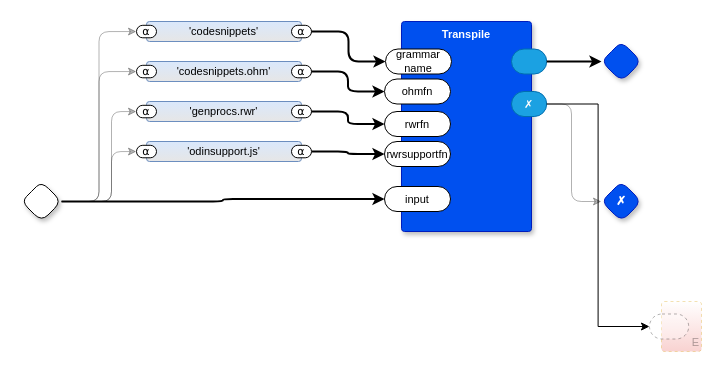
guitarvydas/gen0d keeps this draw.io diagram as page "Generate Procs" (7 of 21) of gen0d.drawio. Above is the earlier version. Source tidied: cells renumbered, new cells numbered last; positions are measured from the earlier drawing's top-left corner, leaving out a move shared by most shapes. Both pictures are drawn from the tidied source at 100%, with x=0, y=0 at pixel (21, 21).
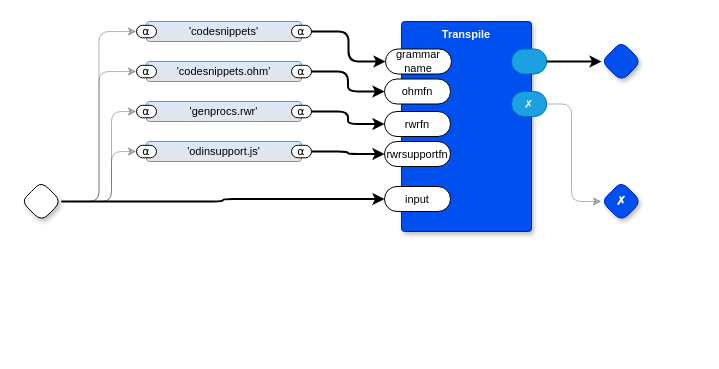
After the change.

The change refers to these unchanged cells:
```xml
<mxCell id="7" value="✗" style="rounded=1;whiteSpace=wrap;html=1;sketch=0;points=[[0,0.5,0,0,0],[1,0.5,0,0,0]];fillColor=#1ba1e2;fontColor=#ffffff;strokeColor=#006EAF;arcSize=50;fontFamily=Helvetica;fontSize=11;" parent="4" vertex="1">
  <mxGeometry x="110" y="70" width="35.2" height="25" as="geometry" />
</mxCell>
```

Diff of the diagram source:
```diff
@@
-    <mxCell id="36" value="E" style="rounded=1;whiteSpace=wrap;html=1;sketch=0;verticalAlign=bottom;arcSize=6;fontStyle=0;absoluteArcSize=1;shadow=0;strokeColor=#d79b00;fillColor=#FFFFFF;fontFamily=Helvetica;fontSize=11;dashed=1;opacity=30;align=right;textOpacity=30;gradientColor=#EA6B66;fontColor=default;" parent="1" vertex="1">
-      <mxGeometry x="640" y="280" width="40" height="50" as="geometry" />
-    </mxCell>
-    <mxCell id="37" style="rounded=1;whiteSpace=wrap;html=1;sketch=0;points=[[0,0.5,0,0,0],[1,0.5,0,0,0]];arcSize=50;fontFamily=Helvetica;fontSize=11;fontColor=default;dashed=1;textOpacity=50;opacity=30;fontStyle=0;" parent="36" vertex="1">
-      <mxGeometry x="-12" y="12.5" width="39.2" height="25" as="geometry" />
-    </mxCell>
-    <mxCell id="38" style="edgeStyle=orthogonalEdgeStyle;rounded=0;jettySize=auto;html=1;exitX=1;exitY=0.5;exitDx=0;exitDy=0;exitPerimeter=0;entryX=0;entryY=0.5;entryDx=0;entryDy=0;entryPerimeter=0;" parent="1" edge="1" source="7" target="37">
-      <mxGeometry relative="1" as="geometry" />
-    </mxCell>
```
